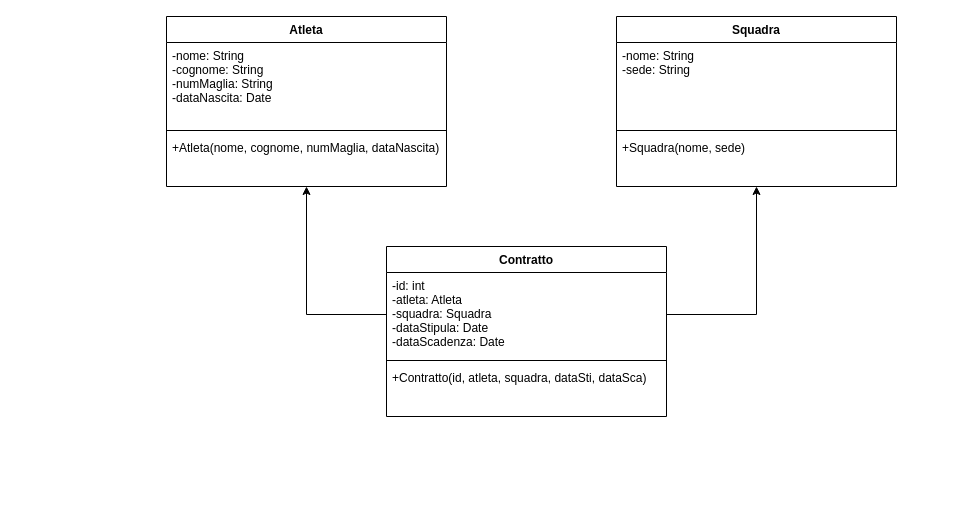
The draw.io diagram Pardini_Fabrizio_5CM_2022-04-09_PallamanoJava/asd.drawio in ironlanderl/EsTPSIT2, before the edit. Source tidied: cells renumbered, new cells numbered last; positions are measured from the earlier drawing's top-left corner, leaving out a move shared by most shapes. Both pictures are drawn from the tidied source at 100%, with x=0, y=0 at pixel (166, 16).
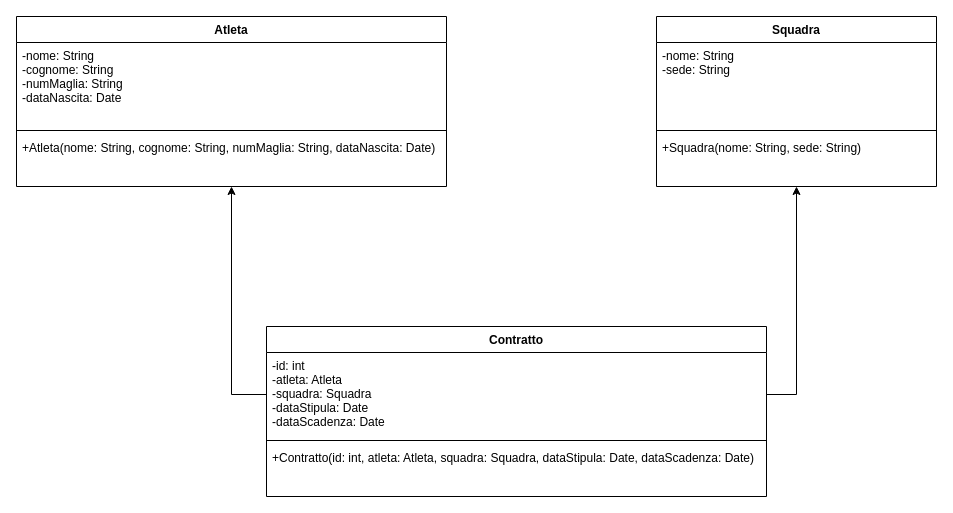
After the change.

Diff of the diagram source:
```diff
@@
 <mxGraphModel>
   <root>
     <mxCell id="0" />
     <mxCell id="1" parent="0" />
     <mxCell id="2" value="Atleta" style="swimlane;fontStyle=1;align=center;verticalAlign=top;horizontal=1;startSize=26;" parent="1" vertex="1">
-      <mxGeometry width="280" height="170" as="geometry" />
+      <mxGeometry x="-150" width="430" height="170" as="geometry" />
     </mxCell>
     <mxCell id="3" value="-nome: String&#10;-cognome: String&#10;-numMaglia: String&#10;-dataNascita: Date" style="text;strokeColor=none;fillColor=none;align=left;verticalAlign=top;spacingLeft=4;spacingRight=4;overflow=hidden;" parent="2" vertex="1">
-      <mxGeometry y="26" width="280" height="84" as="geometry" />
+      <mxGeometry y="26" width="430" height="84" as="geometry" />
     </mxCell>
     <mxCell id="4" style="line;strokeWidth=1;fillColor=none;align=left;verticalAlign=middle;spacingTop=-1;spacingLeft=3;spacingRight=3;labelPosition=right;" parent="2" vertex="1">
-      <mxGeometry y="110" width="280" height="8" as="geometry" />
+      <mxGeometry y="110" width="430" height="8" as="geometry" />
     </mxCell>
-    <mxCell id="5" value="+Atleta(nome, cognome, numMaglia, dataNascita)" style="text;strokeColor=none;fillColor=none;align=left;verticalAlign=top;spacingLeft=4;spacingRight=4;overflow=hidden;" parent="2" vertex="1">
-      <mxGeometry y="118" width="280" height="52" as="geometry" />
+    <mxCell id="5" value="+Atleta(nome: String, cognome: String, numMaglia: String, dataNascita: Date)" style="text;strokeColor=none;fillColor=none;align=left;verticalAlign=top;spacingLeft=4;spacingRight=4;overflow=hidden;" parent="2" vertex="1">
+      <mxGeometry y="118" width="430" height="52" as="geometry" />
     </mxCell>
     <mxCell id="6" value="Squadra" style="swimlane;fontStyle=1;align=center;verticalAlign=top;horizontal=1;startSize=26;" parent="1" vertex="1">
-      <mxGeometry x="450" width="280" height="170" as="geometry" />
+      <mxGeometry x="490" width="280" height="170" as="geometry" />
     </mxCell>
     <mxCell id="7" value="-nome: String&#10;-sede: String" style="text;strokeColor=none;fillColor=none;align=left;verticalAlign=top;spacingLeft=4;spacingRight=4;overflow=hidden;" parent="6" vertex="1">
       <mxGeometry y="26" width="280" height="84" as="geometry" />
     </mxCell>
     <mxCell id="8" style="line;strokeWidth=1;fillColor=none;align=left;verticalAlign=middle;spacingTop=-1;spacingLeft=3;spacingRight=3;labelPosition=right;" parent="6" vertex="1">
       <mxGeometry y="110" width="280" height="8" as="geometry" />
     </mxCell>
-    <mxCell id="9" value="+Squadra(nome, sede)" style="text;strokeColor=none;fillColor=none;align=left;verticalAlign=top;spacingLeft=4;spacingRight=4;overflow=hidden;" parent="6" vertex="1">
+    <mxCell id="9" value="+Squadra(nome: String, sede: String)" style="text;strokeColor=none;fillColor=none;align=left;verticalAlign=top;spacingLeft=4;spacingRight=4;overflow=hidden;" parent="6" vertex="1">
       <mxGeometry y="118" width="280" height="52" as="geometry" />
     </mxCell>
     <mxCell id="10" value="Contratto" style="swimlane;fontStyle=1;align=center;verticalAlign=top;horizontal=1;startSize=26;" parent="1" vertex="1">
-      <mxGeometry x="220" y="230" width="280" height="170" as="geometry" />
+      <mxGeometry x="100" y="310" width="500" height="170" as="geometry" />
     </mxCell>
     <mxCell id="11" value="-id: int&#10;-atleta: Atleta&#10;-squadra: Squadra&#10;-dataStipula: Date&#10;-dataScadenza: Date" style="text;strokeColor=none;fillColor=none;align=left;verticalAlign=top;spacingLeft=4;spacingRight=4;overflow=hidden;points=[[0,0.5],[1,0.5]];portConstraint=eastwest;" parent="10" vertex="1">
-      <mxGeometry y="26" width="280" height="84" as="geometry" />
+      <mxGeometry y="26" width="500" height="84" as="geometry" />
     </mxCell>
     <mxCell id="12" style="line;strokeWidth=1;fillColor=none;align=left;verticalAlign=middle;spacingTop=-1;spacingLeft=3;spacingRight=3;labelPosition=right;" parent="10" vertex="1">
-      <mxGeometry y="110" width="280" height="8" as="geometry" />
+      <mxGeometry y="110" width="500" height="8" as="geometry" />
     </mxCell>
-    <mxCell id="13" value="+Contratto(id, atleta, squadra, dataSti, dataSca)" style="text;strokeColor=none;fillColor=none;align=left;verticalAlign=top;spacingLeft=4;spacingRight=4;overflow=hidden;" parent="10" vertex="1">
-      <mxGeometry y="118" width="280" height="52" as="geometry" />
+    <mxCell id="13" value="+Contratto(id: int, atleta: Atleta, squadra: Squadra, dataStipula: Date, dataScadenza: Date)" style="text;strokeColor=none;fillColor=none;align=left;verticalAlign=top;spacingLeft=4;spacingRight=4;overflow=hidden;" parent="10" vertex="1">
+      <mxGeometry y="118" width="500" height="52" as="geometry" />
     </mxCell>
     <mxCell id="14" style="edgeStyle=orthogonalEdgeStyle;rounded=0;jettySize=auto;html=1;" parent="1" edge="1" source="11" target="2">
       <mxGeometry relative="1" as="geometry" />
     </mxCell>
     <mxCell id="15" style="edgeStyle=orthogonalEdgeStyle;rounded=0;jettySize=auto;html=1;" parent="1" edge="1" source="11" target="6">
       <mxGeometry relative="1" as="geometry" />
     </mxCell>
   </root>
 </mxGraphModel>
```
